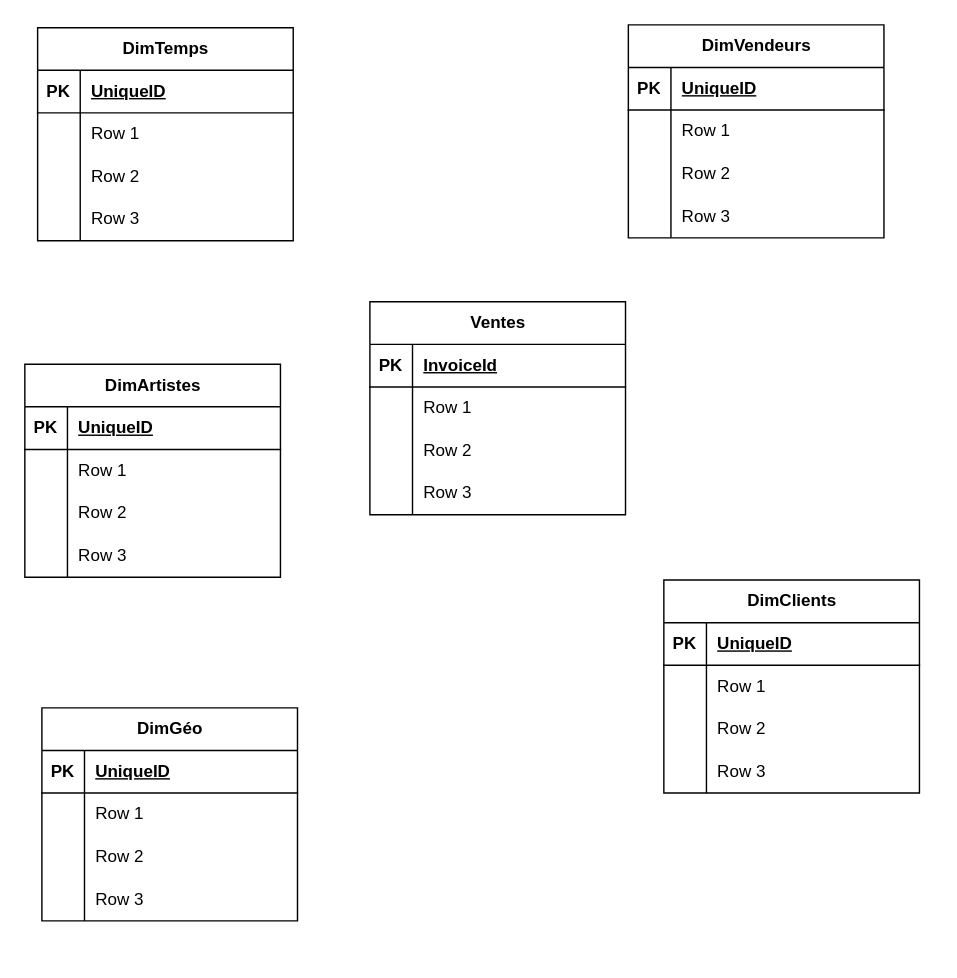
valerianebxl/data_engineer_e6k keeps this draw.io diagram as Diagramme sans nom.drawio. Above is the earlier version. Source tidied: cells renumbered, new cells numbered last; positions are measured from the earlier drawing's top-left corner, leaving out a move shared by most shapes. Both pictures are drawn from the tidied source at 142%, with x=0, y=0 at pixel (24, 24).
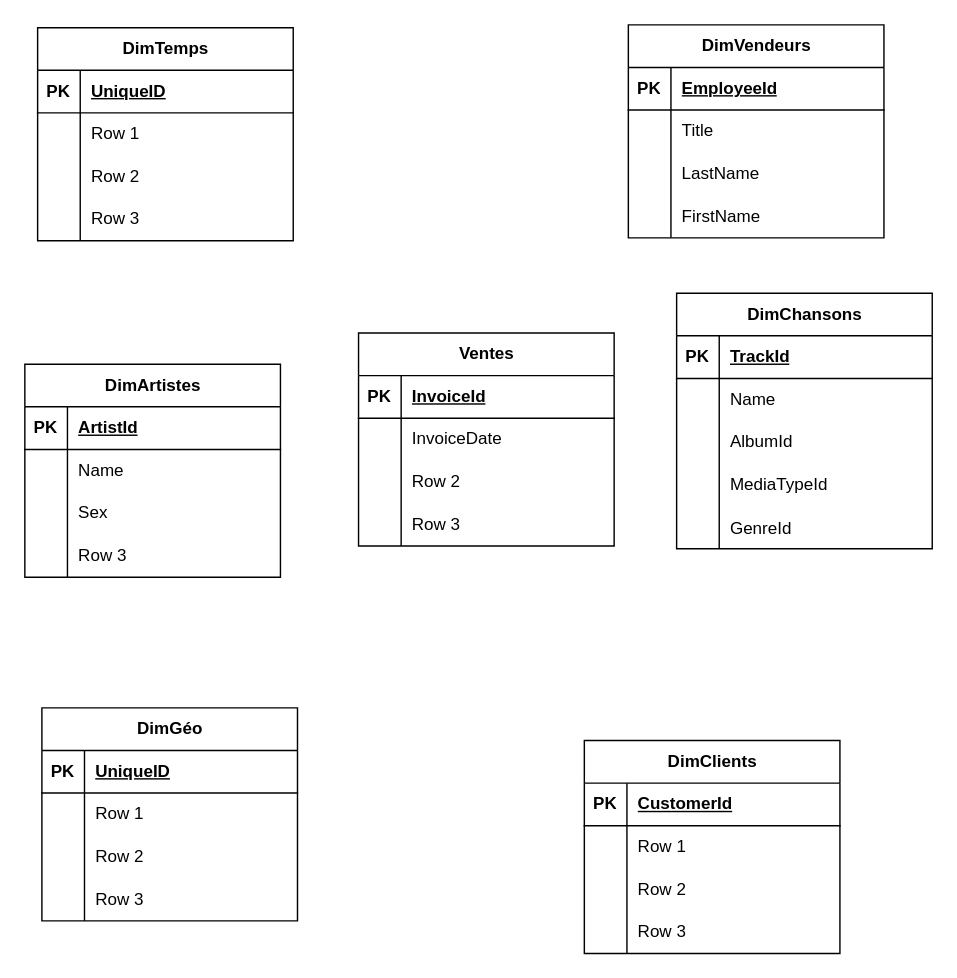
The same page after the edit.

Commit message (it also covers changes not shown here):
Mettre à jour Diagramme sans nom.drawio

The change refers to these unchanged cells:
```xml
<mxCell id="6" style="shape=tableRow;horizontal=0;startSize=0;swimlaneHead=0;swimlaneBody=0;fillColor=none;top=0;left=0;right=0;bottom=0;" parent="2" vertex="1">
  <mxGeometry y="60" width="180" height="30" as="geometry" />
</mxCell>
<mxCell id="16" style="shape=tableRow;horizontal=0;startSize=0;swimlaneHead=0;swimlaneBody=0;fillColor=none;top=0;left=0;right=0;bottom=1;" parent="15" vertex="1">
  <mxGeometry y="30" width="180" height="30" as="geometry" />
</mxCell>
<mxCell id="19" style="shape=tableRow;horizontal=0;startSize=0;swimlaneHead=0;swimlaneBody=0;fillColor=none;top=0;left=0;right=0;bottom=0;" parent="15" vertex="1">
  <mxGeometry y="60" width="180" height="30" as="geometry" />
</mxCell>
<mxCell id="22" style="shape=tableRow;horizontal=0;startSize=0;swimlaneHead=0;swimlaneBody=0;fillColor=none;top=0;left=0;right=0;bottom=0;" parent="15" vertex="1">
  <mxGeometry y="90" width="180" height="30" as="geometry" />
</mxCell>
<mxCell id="42" style="shape=tableRow;horizontal=0;startSize=0;swimlaneHead=0;swimlaneBody=0;fillColor=none;top=0;left=0;right=0;bottom=1;" parent="41" vertex="1">
  <mxGeometry y="30" width="180" height="30" as="geometry" />
</mxCell>
<mxCell id="45" style="shape=tableRow;horizontal=0;startSize=0;swimlaneHead=0;swimlaneBody=0;fillColor=none;top=0;left=0;right=0;bottom=0;" parent="41" vertex="1">
  <mxGeometry y="60" width="180" height="30" as="geometry" />
</mxCell>
<mxCell id="48" style="shape=tableRow;horizontal=0;startSize=0;swimlaneHead=0;swimlaneBody=0;fillColor=none;top=0;left=0;right=0;bottom=0;" parent="41" vertex="1">
  <mxGeometry y="90" width="180" height="30" as="geometry" />
</mxCell>
<mxCell id="51" style="shape=tableRow;horizontal=0;startSize=0;swimlaneHead=0;swimlaneBody=0;fillColor=none;top=0;left=0;right=0;bottom=0;" parent="41" vertex="1">
  <mxGeometry y="120" width="180" height="30" as="geometry" />
</mxCell>
<mxCell id="55" style="shape=tableRow;horizontal=0;startSize=0;swimlaneHead=0;swimlaneBody=0;fillColor=none;top=0;left=0;right=0;bottom=1;" parent="54" vertex="1">
  <mxGeometry y="30" width="180" height="30" as="geometry" />
</mxCell>
```

Diff of the diagram source:
```diff
@@
     <mxCell id="2" value="Ventes" style="shape=table;startSize=30;childLayout=tableLayout;rowLines=0;fontStyle=1;align=center;html=1;" parent="1" vertex="1">
-      <mxGeometry x="243" y="195" width="180" height="150" as="geometry" />
+      <mxGeometry x="235" y="217" width="180" height="150" as="geometry" />
     </mxCell>
@@
-    <mxCell id="8" value="Row 1" style="shape=partialRectangle;fillColor=none;top=0;left=0;bottom=0;right=0;align=left;spacingLeft=6;overflow=hidden;whiteSpace=wrap;html=1;" parent="6" vertex="1">
+    <mxCell id="8" value="InvoiceDate" style="shape=partialRectangle;fillColor=none;top=0;left=0;bottom=0;right=0;align=left;spacingLeft=6;overflow=hidden;whiteSpace=wrap;html=1;" parent="6" vertex="1">
       <mxGeometry x="30" width="150" height="30" as="geometry" />
     </mxCell>
@@
-    <mxCell id="18" value="UniqueID" style="shape=partialRectangle;fillColor=none;top=0;left=0;bottom=0;right=0;align=left;spacingLeft=6;fontStyle=5;overflow=hidden;whiteSpace=wrap;html=1;" parent="16" vertex="1">
+    <mxCell id="18" value="ArtistId" style="shape=partialRectangle;fillColor=none;top=0;left=0;bottom=0;right=0;align=left;spacingLeft=6;fontStyle=5;overflow=hidden;whiteSpace=wrap;html=1;" parent="16" vertex="1">
       <mxGeometry x="30" width="150" height="30" as="geometry" />
     </mxCell>
@@
-    <mxCell id="21" value="Row 1" style="shape=partialRectangle;fillColor=none;top=0;left=0;bottom=0;right=0;align=left;spacingLeft=6;overflow=hidden;whiteSpace=wrap;html=1;" parent="19" vertex="1">
+    <mxCell id="21" value="Name" style="shape=partialRectangle;fillColor=none;top=0;left=0;bottom=0;right=0;align=left;spacingLeft=6;overflow=hidden;whiteSpace=wrap;html=1;" parent="19" vertex="1">
       <mxGeometry x="30" width="150" height="30" as="geometry" />
     </mxCell>
@@
-    <mxCell id="24" value="Row 2" style="shape=partialRectangle;fillColor=none;top=0;left=0;bottom=0;right=0;align=left;spacingLeft=6;overflow=hidden;whiteSpace=wrap;html=1;" parent="22" vertex="1">
+    <mxCell id="24" value="Sex" style="shape=partialRectangle;fillColor=none;top=0;left=0;bottom=0;right=0;align=left;spacingLeft=6;overflow=hidden;whiteSpace=wrap;html=1;" parent="22" vertex="1">
       <mxGeometry x="30" width="150" height="30" as="geometry" />
     </mxCell>
@@
-    <mxCell id="44" value="UniqueID" style="shape=partialRectangle;fillColor=none;top=0;left=0;bottom=0;right=0;align=left;spacingLeft=6;fontStyle=5;overflow=hidden;whiteSpace=wrap;html=1;" parent="42" vertex="1">
+    <mxCell id="44" value="EmployeeId" style="shape=partialRectangle;fillColor=none;top=0;left=0;bottom=0;right=0;align=left;spacingLeft=6;fontStyle=5;overflow=hidden;whiteSpace=wrap;html=1;" parent="42" vertex="1">
       <mxGeometry x="30" width="150" height="30" as="geometry" />
     </mxCell>
@@
-    <mxCell id="47" value="Row 1" style="shape=partialRectangle;fillColor=none;top=0;left=0;bottom=0;right=0;align=left;spacingLeft=6;overflow=hidden;whiteSpace=wrap;html=1;" parent="45" vertex="1">
+    <mxCell id="47" value="Title" style="shape=partialRectangle;fillColor=none;top=0;left=0;bottom=0;right=0;align=left;spacingLeft=6;overflow=hidden;whiteSpace=wrap;html=1;" parent="45" vertex="1">
       <mxGeometry x="30" width="150" height="30" as="geometry" />
     </mxCell>
@@
-    <mxCell id="50" value="Row 2" style="shape=partialRectangle;fillColor=none;top=0;left=0;bottom=0;right=0;align=left;spacingLeft=6;overflow=hidden;whiteSpace=wrap;html=1;" parent="48" vertex="1">
+    <mxCell id="50" value="LastName" style="shape=partialRectangle;fillColor=none;top=0;left=0;bottom=0;right=0;align=left;spacingLeft=6;overflow=hidden;whiteSpace=wrap;html=1;" parent="48" vertex="1">
       <mxGeometry x="30" width="150" height="30" as="geometry" />
     </mxCell>
@@
-    <mxCell id="53" value="Row 3" style="shape=partialRectangle;fillColor=none;top=0;left=0;bottom=0;right=0;align=left;spacingLeft=6;overflow=hidden;whiteSpace=wrap;html=1;" parent="51" vertex="1">
+    <mxCell id="53" value="FirstName" style="shape=partialRectangle;fillColor=none;top=0;left=0;bottom=0;right=0;align=left;spacingLeft=6;overflow=hidden;whiteSpace=wrap;html=1;" parent="51" vertex="1">
       <mxGeometry x="30" width="150" height="30" as="geometry" />
     </mxCell>
     <mxCell id="54" value="DimClients" style="shape=table;startSize=30;childLayout=tableLayout;rowLines=0;fontStyle=1;align=center;html=1;" parent="1" vertex="1">
-      <mxGeometry x="450" y="391" width="180" height="150" as="geometry" />
+      <mxGeometry x="394" y="504" width="180" height="150" as="geometry" />
     </mxCell>
@@
-    <mxCell id="57" value="UniqueID" style="shape=partialRectangle;fillColor=none;top=0;left=0;bottom=0;right=0;align=left;spacingLeft=6;fontStyle=5;overflow=hidden;whiteSpace=wrap;html=1;" parent="55" vertex="1">
+    <mxCell id="57" value="CustomerId" style="shape=partialRectangle;fillColor=none;top=0;left=0;bottom=0;right=0;align=left;spacingLeft=6;fontStyle=5;overflow=hidden;whiteSpace=wrap;html=1;" parent="55" vertex="1">
       <mxGeometry x="30" width="150" height="30" as="geometry" />
     </mxCell>
@@
+    <mxCell id="80" value="&lt;div&gt;DimChansons&lt;/div&gt;" style="shape=table;startSize=30;childLayout=tableLayout;rowLines=0;fontStyle=1;align=center;html=1;" parent="1" vertex="1">
+      <mxGeometry x="459" y="189" width="180" height="180" as="geometry" />
+    </mxCell>
+    <mxCell id="81" style="shape=tableRow;horizontal=0;startSize=0;swimlaneHead=0;swimlaneBody=0;fillColor=none;top=0;left=0;right=0;bottom=1;" parent="80" vertex="1">
+      <mxGeometry y="30" width="180" height="30" as="geometry" />
+    </mxCell>
+    <mxCell id="82" value="PK" style="shape=partialRectangle;fillColor=none;top=0;left=0;bottom=0;right=0;fontStyle=1;overflow=hidden;whiteSpace=wrap;html=1;" parent="81" vertex="1">
+      <mxGeometry width="30" height="30" as="geometry" />
+    </mxCell>
+    <mxCell id="83" value="TrackId" style="shape=partialRectangle;fillColor=none;top=0;left=0;bottom=0;right=0;align=left;spacingLeft=6;fontStyle=5;overflow=hidden;whiteSpace=wrap;html=1;" parent="81" vertex="1">
+      <mxGeometry x="30" width="150" height="30" as="geometry" />
+    </mxCell>
+    <mxCell id="84" style="shape=tableRow;horizontal=0;startSize=0;swimlaneHead=0;swimlaneBody=0;fillColor=none;top=0;left=0;right=0;bottom=0;" parent="80" vertex="1">
+      <mxGeometry y="60" width="180" height="30" as="geometry" />
+    </mxCell>
+    <mxCell id="85" style="shape=partialRectangle;fillColor=none;top=0;left=0;bottom=0;right=0;overflow=hidden;whiteSpace=wrap;html=1;" parent="84" vertex="1">
+      <mxGeometry width="30" height="30" as="geometry" />
+    </mxCell>
+    <mxCell id="86" value="Name" style="shape=partialRectangle;fillColor=none;top=0;left=0;bottom=0;right=0;align=left;spacingLeft=6;overflow=hidden;whiteSpace=wrap;html=1;" parent="84" vertex="1">
+      <mxGeometry x="30" width="150" height="30" as="geometry" />
+    </mxCell>
+    <mxCell id="87" style="shape=tableRow;horizontal=0;startSize=0;swimlaneHead=0;swimlaneBody=0;fillColor=none;top=0;left=0;right=0;bottom=0;" parent="80" vertex="1">
+      <mxGeometry y="90" width="180" height="30" as="geometry" />
+    </mxCell>
+    <mxCell id="88" style="shape=partialRectangle;fillColor=none;top=0;left=0;bottom=0;right=0;overflow=hidden;whiteSpace=wrap;html=1;" parent="87" vertex="1">
+      <mxGeometry width="30" height="30" as="geometry" />
+    </mxCell>
+    <mxCell id="89" value="AlbumId" style="shape=partialRectangle;fillColor=none;top=0;left=0;bottom=0;right=0;align=left;spacingLeft=6;overflow=hidden;whiteSpace=wrap;html=1;" parent="87" vertex="1">
+      <mxGeometry x="30" width="150" height="30" as="geometry" />
+    </mxCell>
+    <mxCell id="90" style="shape=tableRow;horizontal=0;startSize=0;swimlaneHead=0;swimlaneBody=0;fillColor=none;top=0;left=0;right=0;bottom=0;" parent="80" vertex="1">
+      <mxGeometry y="120" width="180" height="30" as="geometry" />
+    </mxCell>
+    <mxCell id="91" style="shape=partialRectangle;fillColor=none;top=0;left=0;bottom=0;right=0;overflow=hidden;whiteSpace=wrap;html=1;" parent="90" vertex="1">
+      <mxGeometry width="30" height="30" as="geometry" />
+    </mxCell>
+    <mxCell id="92" value="MediaTypeId" style="shape=partialRectangle;fillColor=none;top=0;left=0;bottom=0;right=0;align=left;spacingLeft=6;overflow=hidden;whiteSpace=wrap;html=1;" parent="90" vertex="1">
+      <mxGeometry x="30" width="150" height="30" as="geometry" />
+    </mxCell>
+    <mxCell id="93" style="shape=tableRow;horizontal=0;startSize=0;swimlaneHead=0;swimlaneBody=0;fillColor=none;top=0;left=0;right=0;bottom=0;" parent="80" vertex="1">
+      <mxGeometry y="150" width="180" height="30" as="geometry" />
+    </mxCell>
+    <mxCell id="94" style="shape=partialRectangle;fillColor=none;top=0;left=0;bottom=0;right=0;overflow=hidden;" parent="93" vertex="1">
+      <mxGeometry width="30" height="30" as="geometry" />
+    </mxCell>
+    <mxCell id="95" value="GenreId" style="shape=partialRectangle;fillColor=none;top=0;left=0;bottom=0;right=0;align=left;spacingLeft=6;overflow=hidden;" parent="93" vertex="1">
+      <mxGeometry x="30" width="150" height="30" as="geometry" />
+    </mxCell>
```
